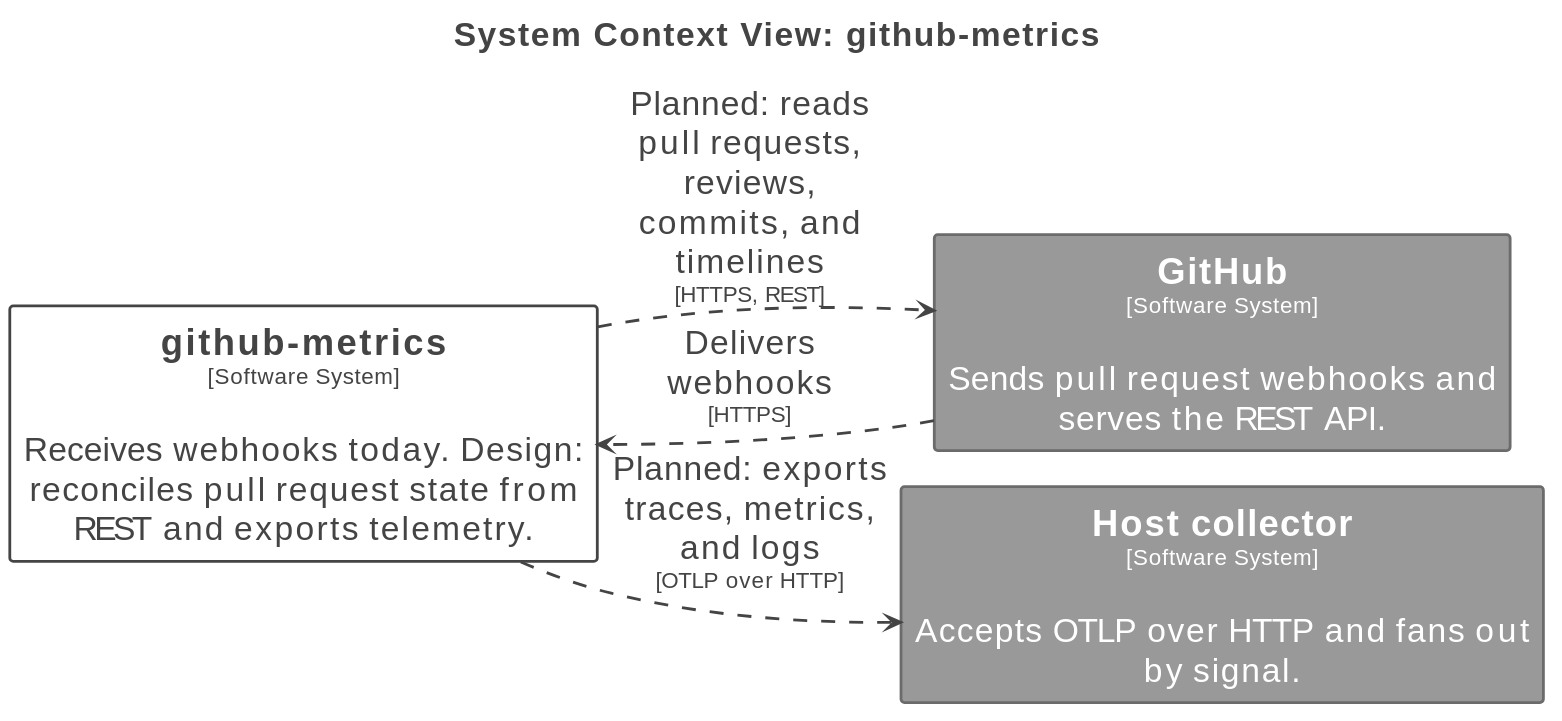
Above: docs/architecture/diagrams/structurizr-SystemContext.svg in tbhb-dev/github-metrics (PlantUML), before the change. Source of this version:
```plantuml
@startuml
title <size:24>System Context View: github-metrics</size>

set separator none
left to right direction
skinparam ranksep 20
skinparam nodesep 5
hide stereotype

<style>
  root {
    BackgroundColor: #ffffff;
    FontColor: #444444;
  }
  // Element
  .Element-RWxlbWVudA== {
    BackgroundColor: #ffffff;
    LineColor: #444444;
    LineStyle: 0;
    LineThickness: 2;
    FontColor: #444444;
    FontSize: 24;
    HorizontalAlignment: center;
    Shadowing: 0;
    MaximumWidth: 450;
  }
  // Element,External
  .Element-RWxlbWVudCxFeHRlcm5hbA== {
    BackgroundColor: #999999;
    LineColor: #6b6b6b;
    LineStyle: 0;
    LineThickness: 2;
    FontColor: #ffffff;
    FontSize: 24;
    HorizontalAlignment: center;
    Shadowing: 0;
    MaximumWidth: 450;
  }
  // Relationship
  .Relationship-UmVsYXRpb25zaGlw {
    LineThickness: 2;
    LineStyle: 10-10;
    LineColor: #444444;
    FontColor: #444444;
    FontSize: 24;
    MaximumWidth: 200;
  }
</style>

rectangle "==Host collector\n<size:16>[Software System]</size>\n\nAccepts OTLP over HTTP and fans out by signal." <<Element-RWxlbWVudCxFeHRlcm5hbA==>> as Hostcollector
rectangle "==GitHub\n<size:16>[Software System]</size>\n\nSends pull request webhooks and serves the REST API." <<Element-RWxlbWVudCxFeHRlcm5hbA==>> as GitHub
rectangle "==github-metrics\n<size:16>[Software System]</size>\n\nReceives webhooks today. Design: reconciles pull request state from REST and exports telemetry." <<Element-RWxlbWVudA==>> as githubmetrics

GitHub --> githubmetrics <<Relationship-UmVsYXRpb25zaGlw>> : "Delivers webhooks\n<size:16>[HTTPS]</size>"
githubmetrics --> GitHub <<Relationship-UmVsYXRpb25zaGlw>> : "Planned: reads pull requests, reviews, commits, and timelines\n<size:16>[HTTPS, REST]</size>"
githubmetrics --> Hostcollector <<Relationship-UmVsYXRpb25zaGlw>> : "Planned: exports traces, metrics, and logs\n<size:16>[OTLP over HTTP]</size>"
@enduml
```
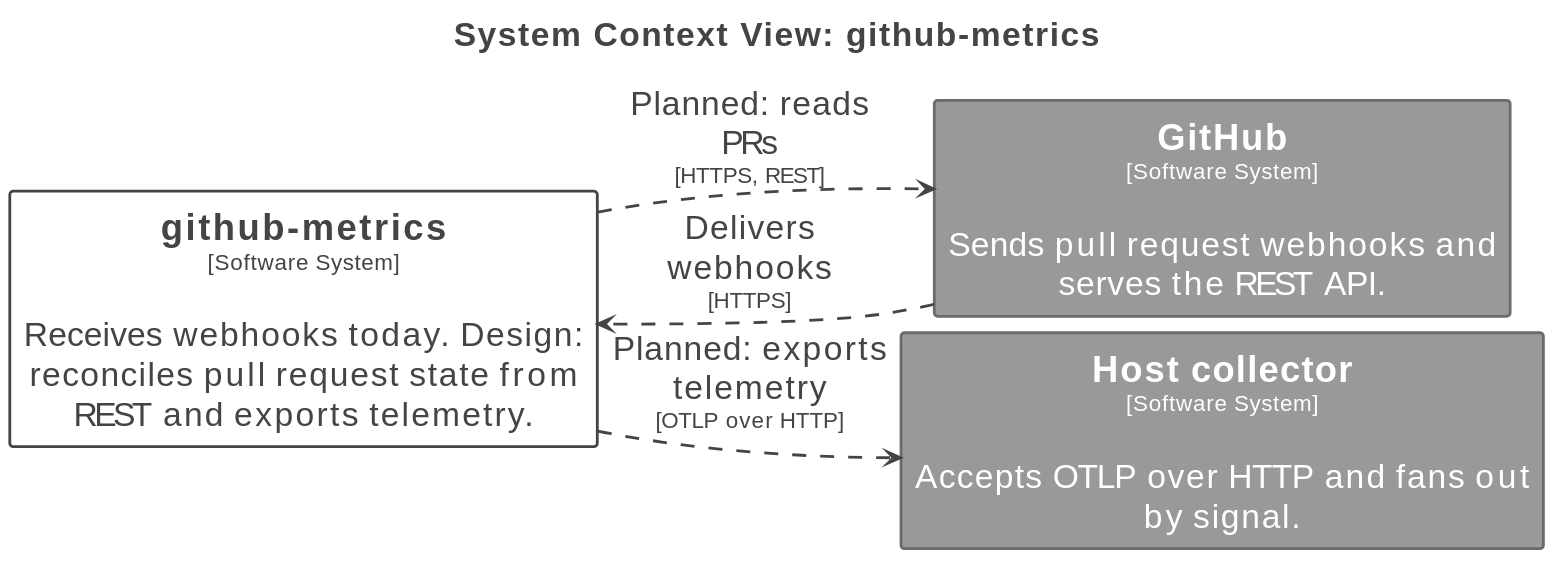
The same file after the commit.

What changed in the source:
```diff
@@ -52,6 +52,6 @@
 rectangle "==github-metrics\n<size:16>[Software System]</size>\n\nReceives webhooks today. Design: reconciles pull request state from REST and exports telemetry." <<Element-RWxlbWVudA==>> as githubmetrics
 
 GitHub --> githubmetrics <<Relationship-UmVsYXRpb25zaGlw>> : "Delivers webhooks\n<size:16>[HTTPS]</size>"
-githubmetrics --> GitHub <<Relationship-UmVsYXRpb25zaGlw>> : "Planned: reads pull requests, reviews, commits, and timelines\n<size:16>[HTTPS, REST]</size>"
-githubmetrics --> Hostcollector <<Relationship-UmVsYXRpb25zaGlw>> : "Planned: exports traces, metrics, and logs\n<size:16>[OTLP over HTTP]</size>"
+githubmetrics --> GitHub <<Relationship-UmVsYXRpb25zaGlw>> : "Planned: reads PRs\n<size:16>[HTTPS, REST]</size>"
+githubmetrics --> Hostcollector <<Relationship-UmVsYXRpb25zaGlw>> : "Planned: exports telemetry\n<size:16>[OTLP over HTTP]</size>"
 @enduml
```
